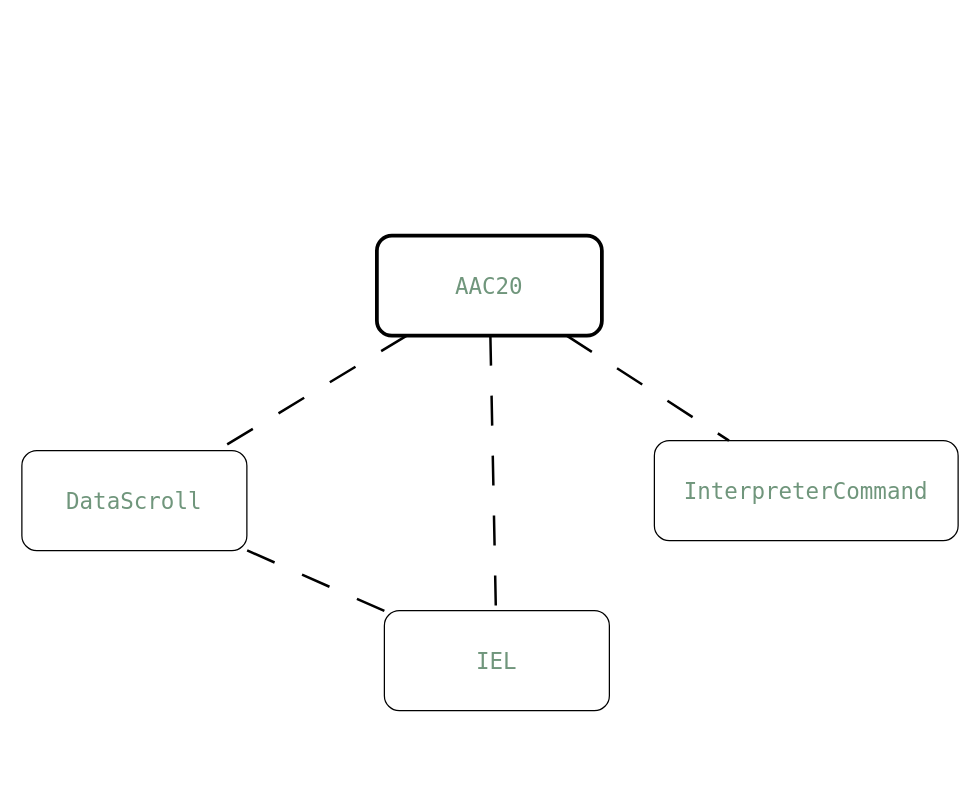
Before: page "Иерархия ссылок" (3 of 4) of OperPage_les.drawio in Lisyaka46/OperPageLes, a draw.io diagram. Source tidied: cells renumbered, new cells numbered last; positions are measured from the earlier drawing's top-left corner, leaving out a move shared by most shapes. Both pictures are drawn from the tidied source at 125%, with x=0, y=0 at pixel (21, 235).
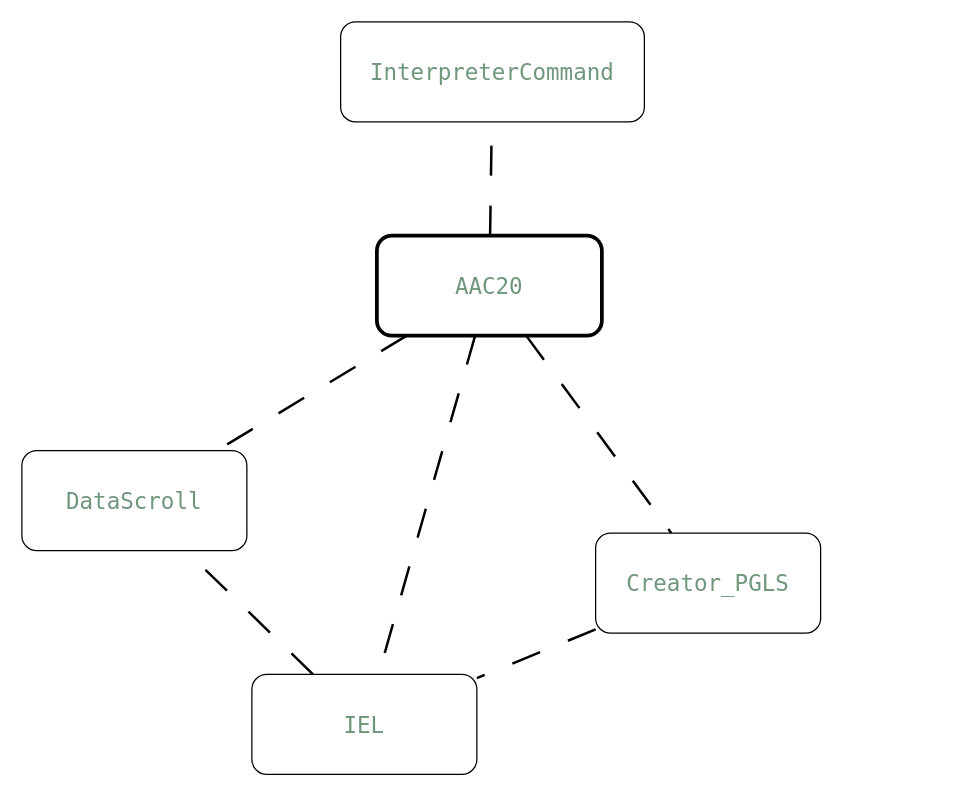
Above is the later version.

The edit, as a diff of the source:
```diff
@@
 <mxGraphModel>
   <root>
     <mxCell id="0" />
     <mxCell id="1" parent="0" />
     <mxCell id="2" value="InterpreterCommand" style="rounded=1;whiteSpace=wrap;fontSize=18;fontColor=#70967C;fontFamily=Lucida Console;" parent="1" vertex="1">
-      <mxGeometry x="506" y="164" width="243" height="80" as="geometry" />
+      <mxGeometry x="255" y="-171" width="243" height="80" as="geometry" />
     </mxCell>
     <mxCell id="3" style="rounded=1;jettySize=auto;html=1;dashed=1;dashPattern=12 12;strokeWidth=2;endArrow=none;endFill=0;flowAnimation=1;" parent="1" edge="1" source="8" target="2">
       <mxGeometry relative="1" as="geometry" />
     </mxCell>
     <mxCell id="4" style="rounded=1;jettySize=auto;html=1;strokeWidth=2;endArrow=none;endFill=0;dashed=1;dashPattern=12 12;flowAnimation=1;" parent="1" edge="1" source="8" target="6">
       <mxGeometry relative="1" as="geometry" />
     </mxCell>
     <mxCell id="5" style="edgeStyle=none;shape=connector;rounded=1;jettySize=auto;html=1;dashed=1;dashPattern=12 12;strokeColor=default;strokeWidth=2;align=center;verticalAlign=middle;fontFamily=Lucida Console;fontSize=18;fontColor=#70967C;labelBackgroundColor=default;endArrow=none;endFill=0;flowAnimation=1;" parent="1" edge="1" source="6" target="9">
       <mxGeometry relative="1" as="geometry" />
     </mxCell>
     <mxCell id="6" value="IEL" style="rounded=1;whiteSpace=wrap;fontSize=18;fontColor=#70967C;fontFamily=Lucida Console;" parent="1" vertex="1">
-      <mxGeometry x="290" y="300" width="180" height="80" as="geometry" />
+      <mxGeometry x="184" y="351" width="180" height="80" as="geometry" />
     </mxCell>
     <mxCell id="7" style="edgeStyle=none;shape=connector;rounded=1;jettySize=auto;html=1;dashed=1;dashPattern=12 12;strokeColor=default;strokeWidth=2;align=center;verticalAlign=middle;fontFamily=Lucida Console;fontSize=18;fontColor=#70967C;labelBackgroundColor=default;endArrow=none;endFill=0;flowAnimation=1;" parent="1" edge="1" source="8" target="9">
       <mxGeometry relative="1" as="geometry" />
     </mxCell>
+    <mxCell id="10" style="edgeStyle=none;shape=connector;rounded=1;jettySize=auto;html=1;dashed=1;dashPattern=12 12;strokeColor=default;strokeWidth=2;align=center;verticalAlign=middle;fontFamily=Helvetica;fontSize=11;fontColor=default;labelBackgroundColor=default;endArrow=none;endFill=0;flowAnimation=1;" parent="1" edge="1" source="8" target="12">
+      <mxGeometry relative="1" as="geometry" />
+    </mxCell>
     <mxCell id="8" value="AAC20" style="rounded=1;whiteSpace=wrap;fontSize=18;fontColor=#70967C;fontFamily=Lucida Console;strokeWidth=3;" parent="1" vertex="1">
       <mxGeometry x="284" width="180" height="80" as="geometry" />
     </mxCell>
     <mxCell id="9" value="DataScroll" style="rounded=1;whiteSpace=wrap;fontSize=18;fontColor=#70967C;fontFamily=Lucida Console;" parent="1" vertex="1">
       <mxGeometry y="172" width="180" height="80" as="geometry" />
     </mxCell>
+    <mxCell id="11" style="edgeStyle=none;shape=connector;rounded=1;jettySize=auto;html=1;dashed=1;dashPattern=12 12;strokeColor=default;strokeWidth=2;align=center;verticalAlign=middle;fontFamily=Helvetica;fontSize=11;fontColor=default;labelBackgroundColor=default;endArrow=none;endFill=0;flowAnimation=1;" parent="1" edge="1" source="12" target="6">
+      <mxGeometry relative="1" as="geometry" />
+    </mxCell>
+    <mxCell id="12" value="Creator_PGLS" style="rounded=1;whiteSpace=wrap;fontSize=18;fontColor=#70967C;fontFamily=Lucida Console;" parent="1" vertex="1">
+      <mxGeometry x="459" y="238" width="180" height="80" as="geometry" />
+    </mxCell>
   </root>
 </mxGraphModel>
```
